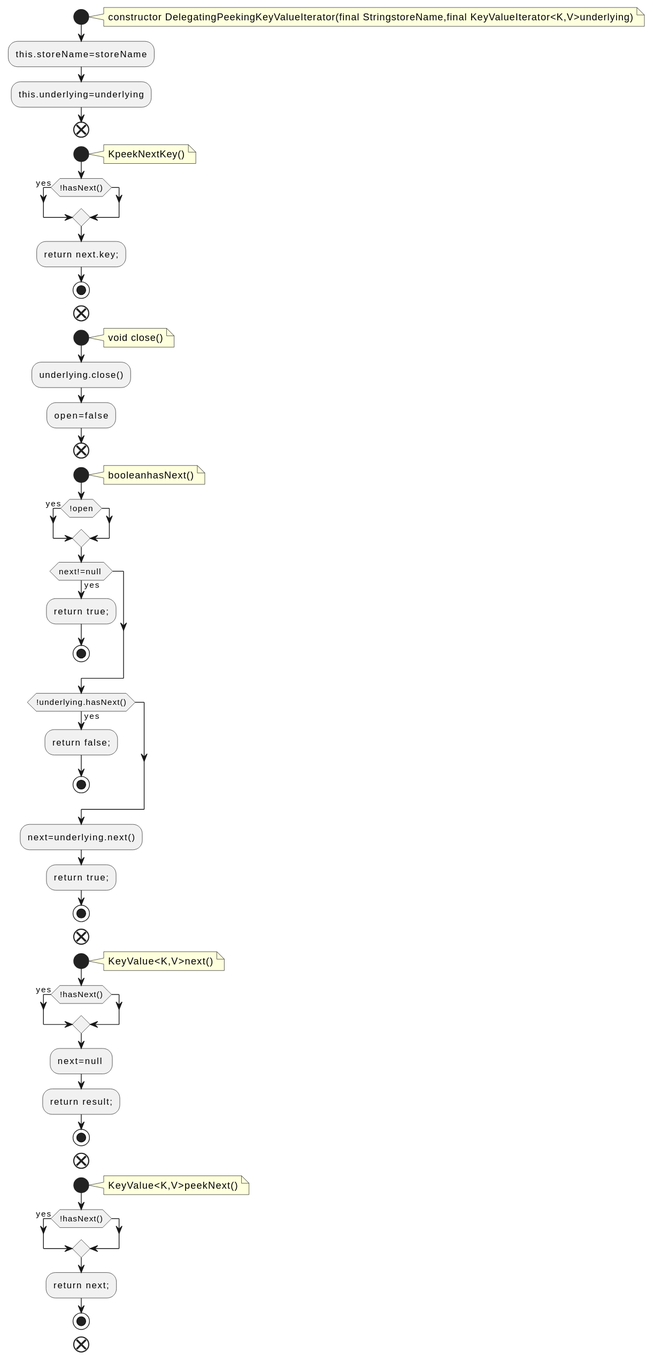
The PlantUML diagram docs/qc/streams/src/main/java/org/apache/kafka/streams/state/internals/DelegatingPeekingKeyValueIterator.java.fct.svg in qualitesys/kafka, before a commit.
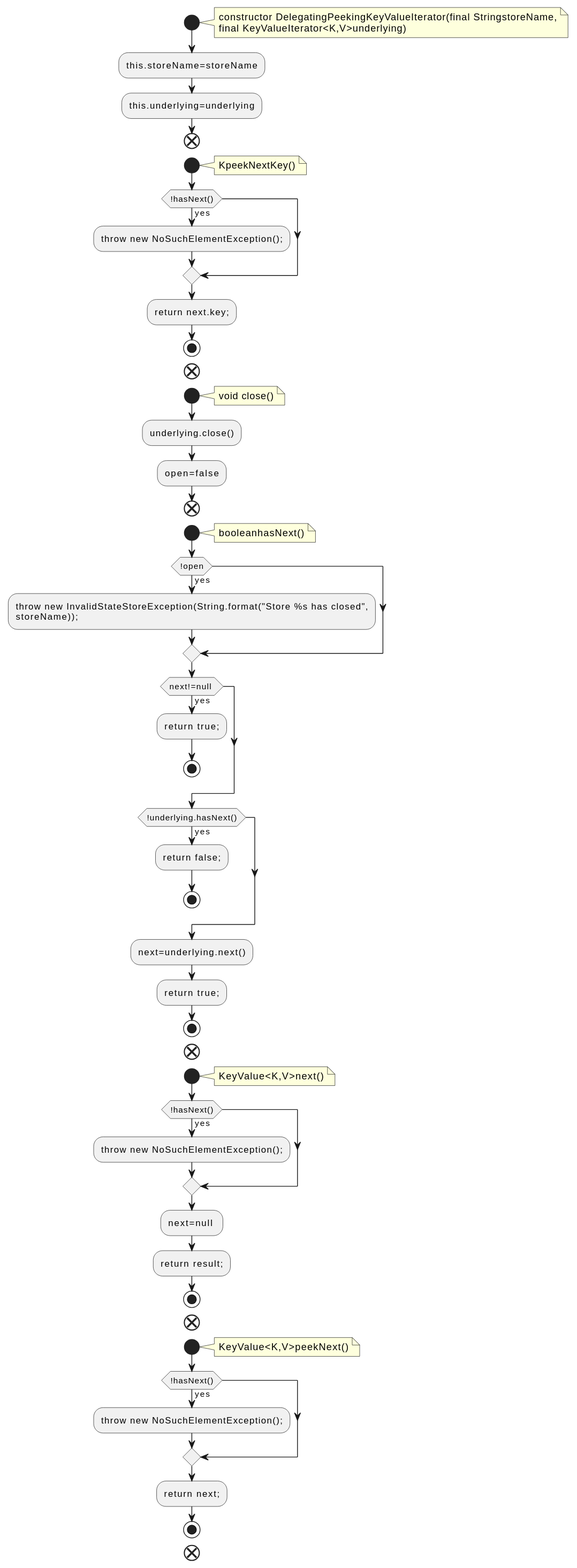
After the change.

Diff of the diagram source:
```diff
@@ -2,7 +2,8 @@
 !pragma layout smetana
 start
 note right
-constructor DelegatingPeekingKeyValueIterator(final StringstoreName,final KeyValueIterator<K,V>underlying)
+constructor DelegatingPeekingKeyValueIterator(final StringstoreName,
+final KeyValueIterator<K,V>underlying)
 end note
 :this.storeName=storeName;
 :this.underlying=underlying;
@@ -12,6 +13,7 @@
 KpeekNextKey()
 end note
 if (!hasNext()) then (yes)
+:throw new NoSuchElementException();;
 endif
 :return next.key;;
 stop
@@ -28,6 +30,8 @@
 booleanhasNext()
 end note
 if (!open) then (yes)
+:throw new InvalidStateStoreException(String.format("Store %s has closed",
+storeName));;
 endif
 if (next!=null ) then (yes)
 :return true;;
@@ -46,6 +50,7 @@
 KeyValue<K,V>next()
 end note
 if (!hasNext()) then (yes)
+:throw new NoSuchElementException();;
 endif
 :next=null ;
 :return result;;
@@ -56,6 +61,7 @@
 KeyValue<K,V>peekNext()
 end note
 if (!hasNext()) then (yes)
+:throw new NoSuchElementException();;
 endif
 :return next;;
 stop
```
